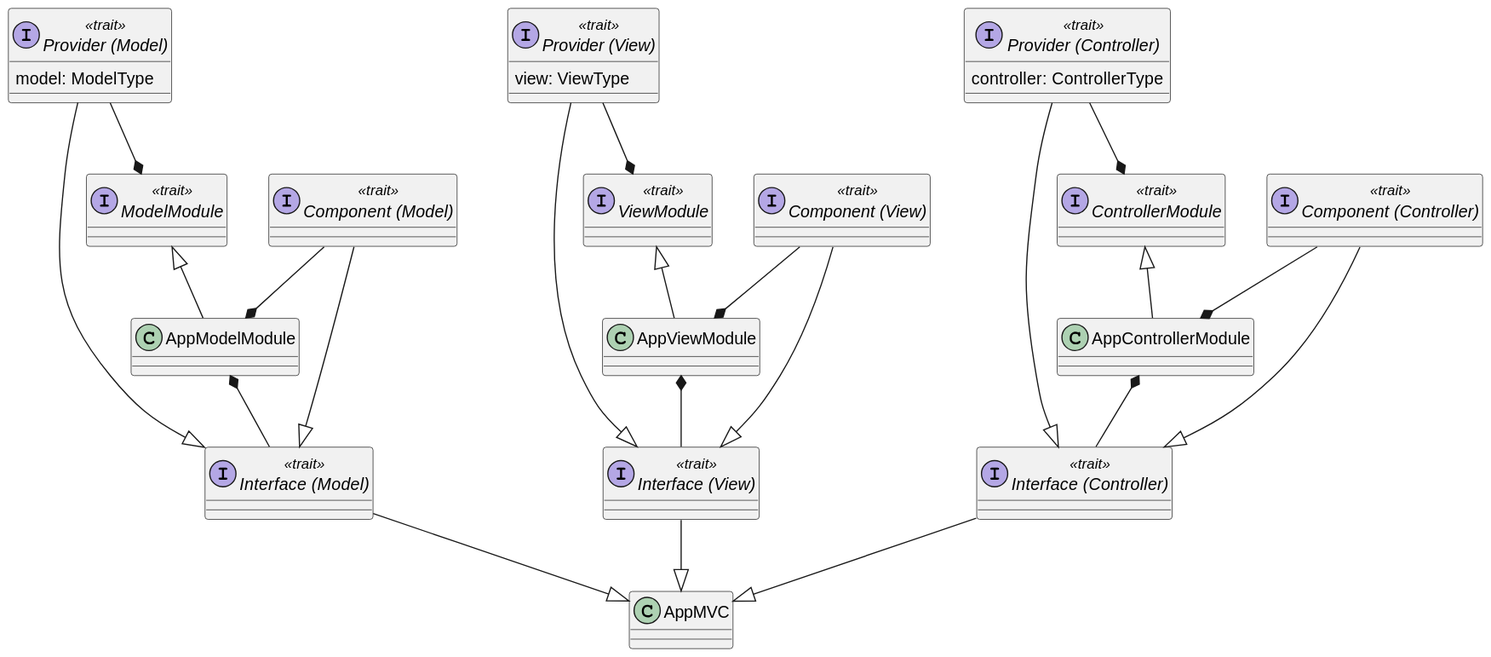
Earlier version of the PlantUML export docs/5-detailed-design/mvc-uml.svg (EmanueleArte/PPS-23-cactus).
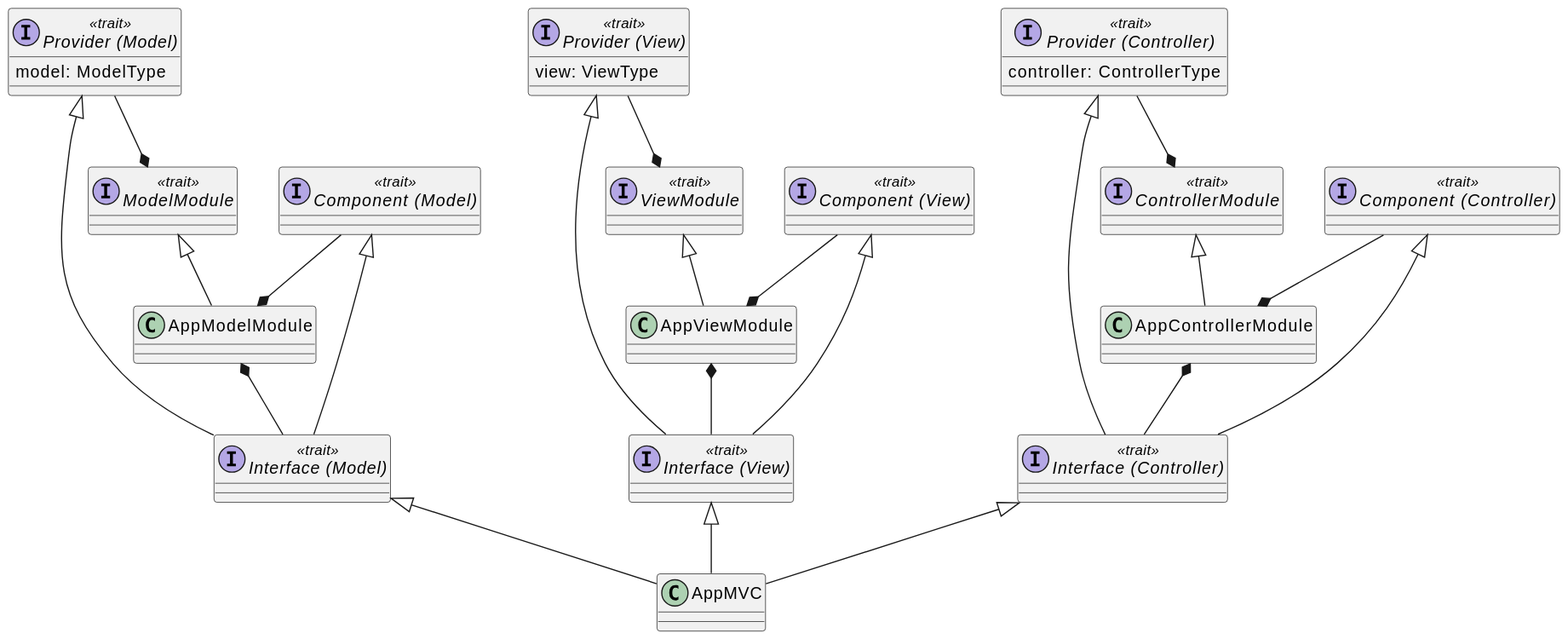
The same diagram one commit later.

Commit message:
Update mvc-uml

The edit, as a diff of the source:
```diff
@@ -1,8 +1,8 @@
 @startuml
 class AppMVC
-"Interface (Model)" --|> AppMVC
-"Interface (View)" --|> AppMVC
-"Interface (Controller)" --|> AppMVC
+"Interface (Model)" <|-- AppMVC
+"Interface (View)" <|-- AppMVC
+"Interface (Controller)" <|-- AppMVC
 
 interface ModelModule <<trait>>
 
@@ -20,8 +20,8 @@
 "Component (Model)" --* AppModelModule
 
 interface "Interface (Model)" <<trait>>
-"Provider (Model)" --|> "Interface (Model)"
-"Component (Model)" --|> "Interface (Model)"
+"Provider (Model)" <|-- "Interface (Model)"
+"Component (Model)" <|-- "Interface (Model)"
 
 AppModelModule *-- "Interface (Model)"
 
@@ -41,8 +41,8 @@
 "Component (View)" --* AppViewModule
 
 interface "Interface (View)" <<trait>>
-"Provider (View)" --|> "Interface (View)"
-"Component (View)" --|> "Interface (View)"
+"Provider (View)" <|-- "Interface (View)"
+"Component (View)" <|-- "Interface (View)"
 
 AppViewModule *-- "Interface (View)"
 
@@ -62,8 +62,8 @@
 "Component (Controller)" --* AppControllerModule
 
 interface "Interface (Controller)" <<trait>>
-"Provider (Controller)" --|> "Interface (Controller)"
-"Component (Controller)" --|> "Interface (Controller)"
+"Provider (Controller)" <|-- "Interface (Controller)"
+"Component (Controller)" <|-- "Interface (Controller)"
 
 AppControllerModule *-- "Interface (Controller)"
 @enduml
```
